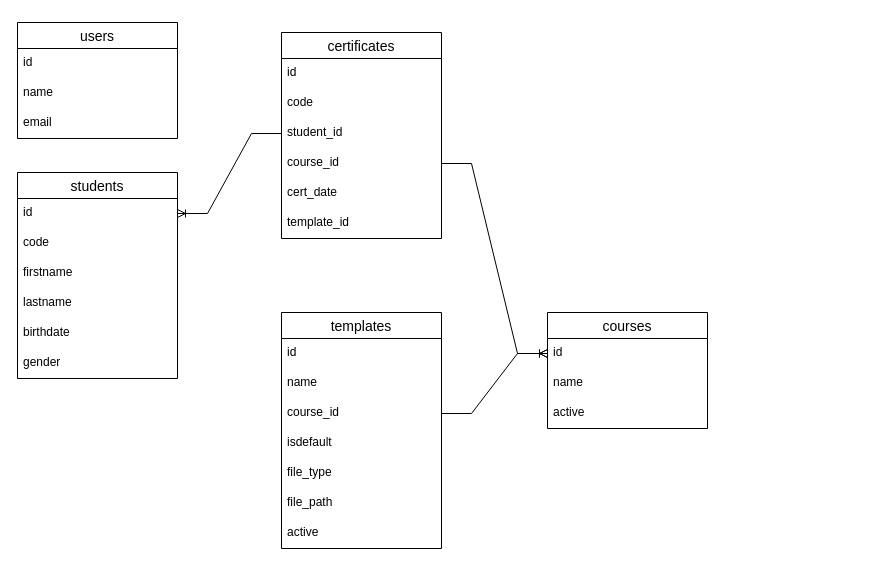
Earlier version of the draw.io diagram Diagrama sin título.drawio (programwoft/test-repo). Source tidied: cells renumbered, new cells numbered last; positions are measured from the earlier drawing's top-left corner, leaving out a move shared by most shapes. Both pictures are drawn from the tidied source at 100%, with x=0, y=0 at pixel (17, 22).
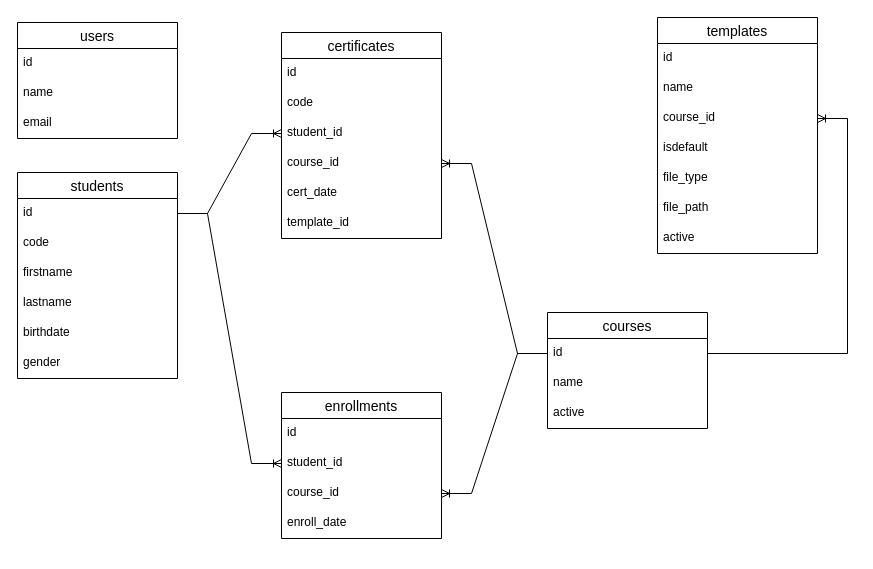
The same page after the edit.

Commit message:
Agregado table enrollments

The change refers to these unchanged cells:
```xml
<mxCell id="7" value="id" style="text;strokeColor=none;fillColor=none;spacingLeft=4;spacingRight=4;overflow=hidden;points=[[0,0.5],[1,0.5]];portConstraint=eastwest;fontSize=12;whiteSpace=wrap;html=1;" parent="6" vertex="1">
  <mxGeometry y="26" width="160" height="30" as="geometry" />
</mxCell>
<mxCell id="14" value="id" style="text;strokeColor=none;fillColor=none;spacingLeft=4;spacingRight=4;overflow=hidden;points=[[0,0.5],[1,0.5]];portConstraint=eastwest;fontSize=12;whiteSpace=wrap;html=1;" parent="13" vertex="1">
  <mxGeometry y="26" width="160" height="30" as="geometry" />
</mxCell>
<mxCell id="20" value="student_id" style="text;strokeColor=none;fillColor=none;spacingLeft=4;spacingRight=4;overflow=hidden;points=[[0,0.5],[1,0.5]];portConstraint=eastwest;fontSize=12;whiteSpace=wrap;html=1;" parent="17" vertex="1">
  <mxGeometry y="86" width="160" height="30" as="geometry" />
</mxCell>
<mxCell id="21" value="course_id" style="text;strokeColor=none;fillColor=none;spacingLeft=4;spacingRight=4;overflow=hidden;points=[[0,0.5],[1,0.5]];portConstraint=eastwest;fontSize=12;whiteSpace=wrap;html=1;" parent="17" vertex="1">
  <mxGeometry y="116" width="160" height="30" as="geometry" />
</mxCell>
<mxCell id="29" value="course_id" style="text;strokeColor=none;fillColor=none;spacingLeft=4;spacingRight=4;overflow=hidden;points=[[0,0.5],[1,0.5]];portConstraint=eastwest;fontSize=12;whiteSpace=wrap;html=1;" parent="26" vertex="1">
  <mxGeometry y="86" width="160" height="30" as="geometry" />
</mxCell>
```

Diff of the diagram source:
```diff
@@
-    <mxCell id="24" style="edgeStyle=entityRelationEdgeStyle;fontSize=12;html=1;endArrow=ERoneToMany;rounded=0;" parent="1" edge="1" source="21" target="14">
-      <mxGeometry relative="1" as="geometry" />
-    </mxCell>
-    <mxCell id="25" style="edgeStyle=entityRelationEdgeStyle;fontSize=12;html=1;endArrow=ERoneToMany;rounded=0;" parent="1" edge="1" source="20" target="7">
-      <mxGeometry relative="1" as="geometry" />
-    </mxCell>
     <mxCell id="26" value="templates" style="swimlane;fontStyle=0;horizontal=1;startSize=26;align=center;fontSize=14;" parent="1" vertex="1">
-      <mxGeometry x="264" y="290" width="160" height="236" as="geometry" />
+      <mxGeometry x="640" y="-5" width="160" height="236" as="geometry" />
     </mxCell>
@@
-    <mxCell id="34" style="edgeStyle=entityRelationEdgeStyle;fontSize=12;html=1;endArrow=ERoneToMany;rounded=0;" parent="1" edge="1" source="29" target="14">
-      <mxGeometry relative="1" as="geometry" />
-    </mxCell>
+    <mxCell id="35" value="enrollments" style="swimlane;fontStyle=0;horizontal=1;startSize=26;align=center;fontSize=14;" parent="1" vertex="1">
+      <mxGeometry x="264" y="370" width="160" height="146" as="geometry" />
+    </mxCell>
+    <mxCell id="36" value="id" style="text;strokeColor=none;fillColor=none;spacingLeft=4;spacingRight=4;overflow=hidden;fontSize=12;whiteSpace=wrap;html=1;" parent="35" vertex="1">
+      <mxGeometry y="26" width="160" height="30" as="geometry" />
+    </mxCell>
+    <mxCell id="37" value="student_id" style="text;strokeColor=none;fillColor=none;spacingLeft=4;spacingRight=4;overflow=hidden;points=[[0,0.5],[1,0.5]];portConstraint=eastwest;fontSize=12;whiteSpace=wrap;html=1;" parent="35" vertex="1">
+      <mxGeometry y="56" width="160" height="30" as="geometry" />
+    </mxCell>
+    <mxCell id="38" value="course_id" style="text;strokeColor=none;fillColor=none;spacingLeft=4;spacingRight=4;overflow=hidden;points=[[0,0.5],[1,0.5]];portConstraint=eastwest;fontSize=12;whiteSpace=wrap;html=1;" parent="35" vertex="1">
+      <mxGeometry y="86" width="160" height="30" as="geometry" />
+    </mxCell>
+    <mxCell id="39" value="enroll_date" style="text;strokeColor=none;fillColor=none;spacingLeft=4;spacingRight=4;overflow=hidden;fontSize=12;whiteSpace=wrap;html=1;" parent="35" vertex="1">
+      <mxGeometry y="116" width="160" height="30" as="geometry" />
+    </mxCell>
+    <mxCell id="40" style="edgeStyle=entityRelationEdgeStyle;fontSize=12;html=1;endArrow=ERoneToMany;rounded=0;" parent="1" edge="1" source="7" target="37">
+      <mxGeometry relative="1" as="geometry" />
+    </mxCell>
+    <mxCell id="41" style="edgeStyle=entityRelationEdgeStyle;fontSize=12;html=1;endArrow=ERoneToMany;rounded=0;" parent="1" edge="1" source="14" target="38">
+      <mxGeometry relative="1" as="geometry" />
+    </mxCell>
+    <mxCell id="42" style="edgeStyle=entityRelationEdgeStyle;fontSize=12;html=1;endArrow=ERoneToMany;rounded=0;" parent="1" edge="1" source="14" target="29">
+      <mxGeometry relative="1" as="geometry" />
+    </mxCell>
+    <mxCell id="43" style="edgeStyle=entityRelationEdgeStyle;fontSize=12;html=1;endArrow=ERoneToMany;rounded=0;" parent="1" edge="1" source="14" target="21">
+      <mxGeometry relative="1" as="geometry" />
+    </mxCell>
+    <mxCell id="44" style="edgeStyle=entityRelationEdgeStyle;fontSize=12;html=1;endArrow=ERoneToMany;rounded=0;" parent="1" edge="1" source="7" target="20">
+      <mxGeometry relative="1" as="geometry" />
+    </mxCell>
```
